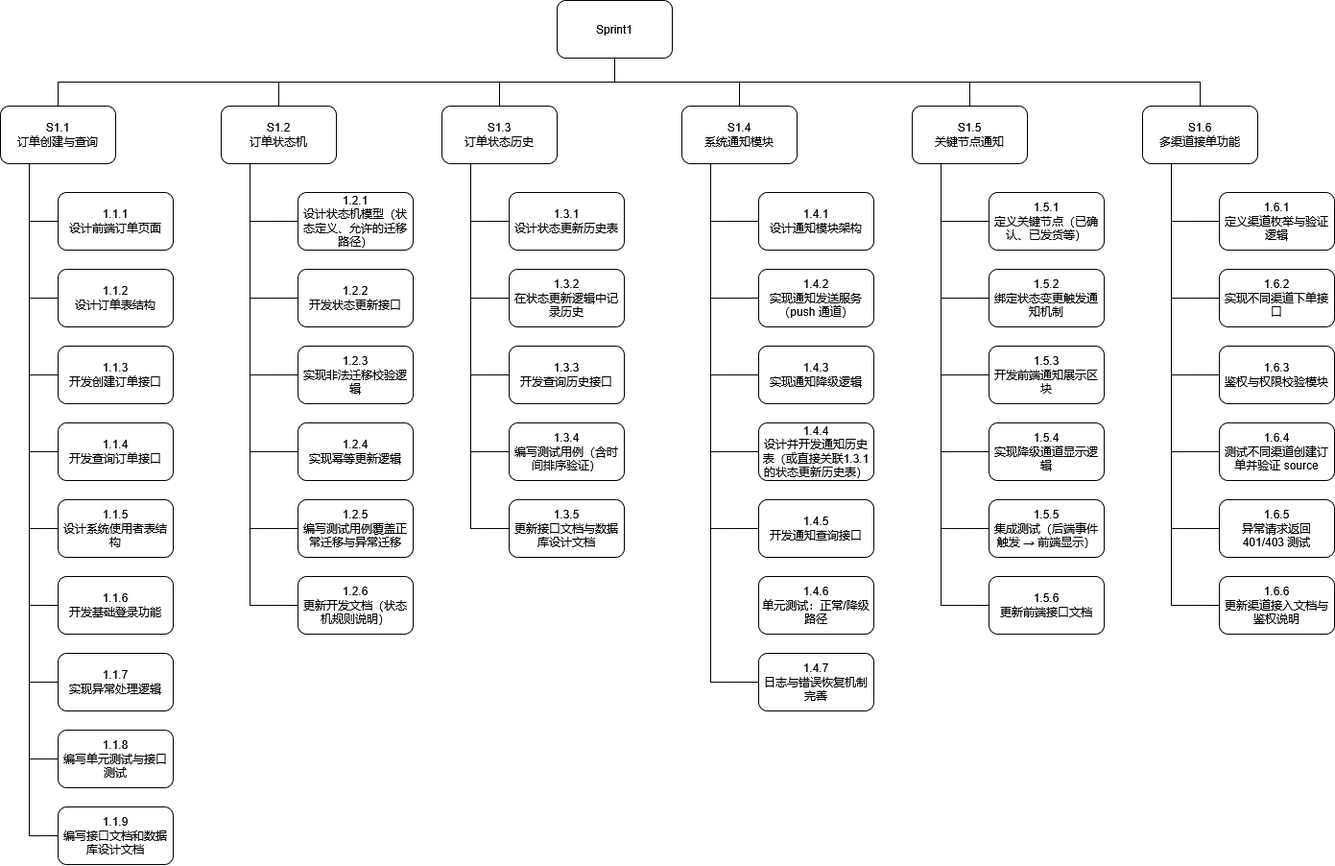
This is 项目管理WBS.png from QMCCC010/git.demo, a draw.io export, as it was before one commit. Source tidied: cells renumbered, new cells last; positions are measured from the earlier drawing's top-left corner, leaving out a move shared by most shapes.
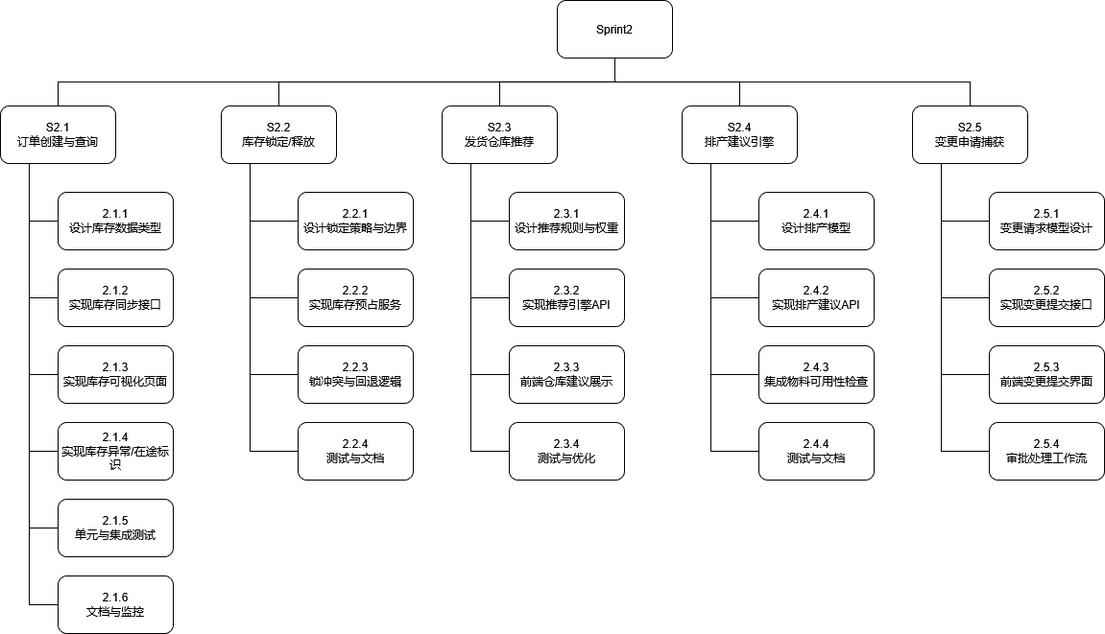
Later version of the same file.

Diff of the diagram source:
```diff
@@ -7,5 +7,2 @@
     </mxCell>
-    <mxCell id="3" style="edgeStyle=orthogonalEdgeStyle;rounded=0;jettySize=auto;html=1;exitX=0.5;exitY=1;exitDx=0;exitDy=0;entryX=0.5;entryY=0;entryDx=0;entryDy=0;endArrow=none;endFill=0;" parent="1" edge="1" source="8" target="53">
-      <mxGeometry relative="1" as="geometry" />
-    </mxCell>
     <mxCell id="4" style="edgeStyle=orthogonalEdgeStyle;rounded=0;jettySize=auto;html=1;exitX=0.5;exitY=1;exitDx=0;exitDy=0;endArrow=none;endFill=0;" parent="1" edge="1" source="8" target="32">
@@ -22,3 +19,3 @@
     </mxCell>
-    <mxCell id="8" value="Sprint1" style="rounded=1;whiteSpace=wrap;html=1;" parent="1" vertex="1">
+    <mxCell id="8" value="Sprint2" style="rounded=1;whiteSpace=wrap;html=1;" parent="1" vertex="1">
       <mxGeometry x="580" width="120" height="60" as="geometry" />
@@ -48,12 +45,3 @@
     </mxCell>
-    <mxCell id="16" style="edgeStyle=orthogonalEdgeStyle;rounded=0;jettySize=auto;html=1;exitX=0.25;exitY=1;exitDx=0;exitDy=0;entryX=0;entryY=0.5;entryDx=0;entryDy=0;endArrow=none;endFill=0;" parent="1" edge="1" source="19" target="60">
-      <mxGeometry relative="1" as="geometry" />
-    </mxCell>
-    <mxCell id="17" style="edgeStyle=orthogonalEdgeStyle;rounded=0;jettySize=auto;html=1;exitX=0.25;exitY=1;exitDx=0;exitDy=0;entryX=0;entryY=0.5;entryDx=0;entryDy=0;endArrow=none;endFill=0;" parent="1" edge="1" source="19" target="62">
-      <mxGeometry relative="1" as="geometry" />
-    </mxCell>
-    <mxCell id="18" style="edgeStyle=orthogonalEdgeStyle;rounded=0;jettySize=auto;html=1;exitX=0.25;exitY=1;exitDx=0;exitDy=0;entryX=0;entryY=0.5;entryDx=0;entryDy=0;endArrow=none;endFill=0;" parent="1" edge="1" source="19" target="61">
-      <mxGeometry relative="1" as="geometry" />
-    </mxCell>
-    <mxCell id="19" value="&lt;div&gt;S1.1&lt;/div&gt;&lt;div&gt;订单创建与查询&lt;/div&gt;" style="rounded=1;whiteSpace=wrap;html=1;" parent="1" vertex="1">
+    <mxCell id="19" value="&lt;div&gt;S2.1&lt;/div&gt;&lt;div&gt;订单创建与查询&lt;/div&gt;" style="rounded=1;whiteSpace=wrap;html=1;" parent="1" vertex="1">
       <mxGeometry y="110" width="120" height="60" as="geometry" />
@@ -72,9 +60,3 @@
     </mxCell>
-    <mxCell id="24" style="edgeStyle=orthogonalEdgeStyle;rounded=0;jettySize=auto;html=1;exitX=0.25;exitY=1;exitDx=0;exitDy=0;entryX=0;entryY=0.5;entryDx=0;entryDy=0;endArrow=none;endFill=0;" parent="1" edge="1" source="26" target="67">
-      <mxGeometry relative="1" as="geometry" />
-    </mxCell>
-    <mxCell id="25" style="edgeStyle=orthogonalEdgeStyle;rounded=0;jettySize=auto;html=1;exitX=0.25;exitY=1;exitDx=0;exitDy=0;entryX=0;entryY=0.5;entryDx=0;entryDy=0;endArrow=none;endFill=0;" parent="1" edge="1" source="26" target="68">
-      <mxGeometry relative="1" as="geometry" />
-    </mxCell>
-    <mxCell id="26" value="&lt;div&gt;S1.2&lt;/div&gt;&lt;div&gt;订单状态机&lt;/div&gt;" style="rounded=1;whiteSpace=wrap;html=1;" parent="1" vertex="1">
+    <mxCell id="26" value="&lt;div&gt;S2.2&lt;/div&gt;&lt;div&gt;库存锁定/释放&lt;/div&gt;" style="rounded=1;whiteSpace=wrap;html=1;" parent="1" vertex="1">
       <mxGeometry x="230" y="110" width="120" height="60" as="geometry" />
@@ -93,6 +75,3 @@
     </mxCell>
-    <mxCell id="31" style="edgeStyle=orthogonalEdgeStyle;rounded=0;jettySize=auto;html=1;exitX=0.25;exitY=1;exitDx=0;exitDy=0;entryX=0;entryY=0.5;entryDx=0;entryDy=0;endArrow=none;endFill=0;" parent="1" edge="1" source="32" target="73">
-      <mxGeometry relative="1" as="geometry" />
-    </mxCell>
-    <mxCell id="32" value="&lt;div&gt;S1.3&lt;/div&gt;&lt;div&gt;订单状态历史&lt;/div&gt;" style="rounded=1;whiteSpace=wrap;html=1;" parent="1" vertex="1">
+    <mxCell id="32" value="&lt;div&gt;S2.3&lt;/div&gt;&lt;div&gt;发货仓库推荐&lt;/div&gt;" style="rounded=1;whiteSpace=wrap;html=1;" parent="1" vertex="1">
       <mxGeometry x="460" y="110" width="120" height="60" as="geometry" />
@@ -111,9 +90,3 @@
     </mxCell>
-    <mxCell id="37" style="edgeStyle=orthogonalEdgeStyle;rounded=0;jettySize=auto;html=1;exitX=0.25;exitY=1;exitDx=0;exitDy=0;entryX=0;entryY=0.5;entryDx=0;entryDy=0;endArrow=none;endFill=0;" parent="1" edge="1" source="39" target="78">
-      <mxGeometry relative="1" as="geometry" />
-    </mxCell>
-    <mxCell id="38" style="edgeStyle=orthogonalEdgeStyle;rounded=0;jettySize=auto;html=1;exitX=0.25;exitY=1;exitDx=0;exitDy=0;entryX=0;entryY=0.5;entryDx=0;entryDy=0;endArrow=none;endFill=0;" parent="1" edge="1" source="39" target="80">
-      <mxGeometry relative="1" as="geometry" />
-    </mxCell>
-    <mxCell id="39" value="&lt;div&gt;S1.4&lt;/div&gt;&lt;div&gt;系统通知模块&lt;/div&gt;" style="rounded=1;whiteSpace=wrap;html=1;" parent="1" vertex="1">
+    <mxCell id="39" value="&lt;div&gt;S2.4&lt;/div&gt;&lt;div&gt;排产建议引擎&lt;/div&gt;" style="rounded=1;whiteSpace=wrap;html=1;" parent="1" vertex="1">
       <mxGeometry x="710" y="110" width="120" height="60" as="geometry" />
@@ -132,149 +105,71 @@
     </mxCell>
-    <mxCell id="44" style="edgeStyle=orthogonalEdgeStyle;rounded=0;jettySize=auto;html=1;exitX=0.25;exitY=1;exitDx=0;exitDy=0;entryX=0;entryY=0.5;entryDx=0;entryDy=0;endArrow=none;endFill=0;" parent="1" edge="1" source="46" target="85">
-      <mxGeometry relative="1" as="geometry" />
-    </mxCell>
-    <mxCell id="45" style="edgeStyle=orthogonalEdgeStyle;rounded=0;jettySize=auto;html=1;exitX=0.25;exitY=1;exitDx=0;exitDy=0;entryX=0;entryY=0.5;entryDx=0;entryDy=0;endArrow=none;endFill=0;" parent="1" edge="1" source="46" target="86">
-      <mxGeometry relative="1" as="geometry" />
-    </mxCell>
-    <mxCell id="46" value="&lt;div&gt;S1.5&lt;/div&gt;&lt;div&gt;关键节点通知&lt;/div&gt;" style="rounded=1;whiteSpace=wrap;html=1;" parent="1" vertex="1">
+    <mxCell id="46" value="&lt;div&gt;S2.5&lt;/div&gt;&lt;div&gt;变更申请捕获&lt;/div&gt;" style="rounded=1;whiteSpace=wrap;html=1;" parent="1" vertex="1">
       <mxGeometry x="950" y="110" width="120" height="60" as="geometry" />
     </mxCell>
-    <mxCell id="47" style="edgeStyle=orthogonalEdgeStyle;rounded=0;jettySize=auto;html=1;exitX=0.25;exitY=1;exitDx=0;exitDy=0;entryX=0;entryY=0.5;entryDx=0;entryDy=0;endArrow=none;endFill=0;" parent="1" edge="1" source="53" target="87">
-      <mxGeometry relative="1" as="geometry" />
-    </mxCell>
-    <mxCell id="48" style="edgeStyle=orthogonalEdgeStyle;rounded=0;jettySize=auto;html=1;exitX=0.25;exitY=1;exitDx=0;exitDy=0;entryX=0;entryY=0.5;entryDx=0;entryDy=0;endArrow=none;endFill=0;" parent="1" edge="1" source="53" target="88">
-      <mxGeometry relative="1" as="geometry" />
-    </mxCell>
-    <mxCell id="49" style="edgeStyle=orthogonalEdgeStyle;rounded=0;jettySize=auto;html=1;exitX=0.25;exitY=1;exitDx=0;exitDy=0;entryX=0;entryY=0.5;entryDx=0;entryDy=0;endArrow=none;endFill=0;" parent="1" edge="1" source="53" target="89">
-      <mxGeometry relative="1" as="geometry" />
-    </mxCell>
-    <mxCell id="50" style="edgeStyle=orthogonalEdgeStyle;rounded=0;jettySize=auto;html=1;exitX=0.25;exitY=1;exitDx=0;exitDy=0;entryX=0;entryY=0.5;entryDx=0;entryDy=0;endArrow=none;endFill=0;" parent="1" edge="1" source="53" target="90">
-      <mxGeometry relative="1" as="geometry" />
-    </mxCell>
-    <mxCell id="51" style="edgeStyle=orthogonalEdgeStyle;rounded=0;jettySize=auto;html=1;exitX=0.25;exitY=1;exitDx=0;exitDy=0;entryX=0;entryY=0.5;entryDx=0;entryDy=0;endArrow=none;endFill=0;" parent="1" edge="1" source="53" target="91">
-      <mxGeometry relative="1" as="geometry" />
-    </mxCell>
-    <mxCell id="52" style="edgeStyle=orthogonalEdgeStyle;rounded=0;jettySize=auto;html=1;exitX=0.25;exitY=1;exitDx=0;exitDy=0;entryX=0;entryY=0.5;entryDx=0;entryDy=0;endArrow=none;endFill=0;" parent="1" edge="1" source="53" target="92">
-      <mxGeometry relative="1" as="geometry" />
-    </mxCell>
-    <mxCell id="53" value="&lt;div&gt;S1.6&lt;/div&gt;&lt;div&gt;多渠道接单功能&lt;/div&gt;" style="rounded=1;whiteSpace=wrap;html=1;" parent="1" vertex="1">
-      <mxGeometry x="1190" y="110" width="120" height="60" as="geometry" />
-    </mxCell>
-    <mxCell id="54" value="&lt;div&gt;1.1.1&lt;/div&gt;&lt;div&gt;设计前端订单页面&lt;/div&gt;" style="rounded=1;whiteSpace=wrap;html=1;" parent="1" vertex="1">
+    <mxCell id="54" value="&lt;div&gt;2.1.1&lt;/div&gt;&lt;div&gt;设计库存数据类型&lt;/div&gt;" style="rounded=1;whiteSpace=wrap;html=1;" parent="1" vertex="1">
       <mxGeometry x="60" y="200" width="120" height="60" as="geometry" />
     </mxCell>
-    <mxCell id="55" value="&lt;div&gt;1.1.2&lt;/div&gt;&lt;div&gt;设计订单表结构&lt;/div&gt;" style="rounded=1;whiteSpace=wrap;html=1;" parent="1" vertex="1">
+    <mxCell id="55" value="&lt;div&gt;2.1.2&lt;/div&gt;&lt;div&gt;实现库存同步接口&lt;/div&gt;" style="rounded=1;whiteSpace=wrap;html=1;" parent="1" vertex="1">
       <mxGeometry x="60" y="280" width="120" height="60" as="geometry" />
     </mxCell>
-    <mxCell id="56" value="&lt;div&gt;1.1.3&lt;/div&gt;&lt;div&gt;开发创建订单接口&lt;/div&gt;" style="rounded=1;whiteSpace=wrap;html=1;" parent="1" vertex="1">
+    <mxCell id="56" value="&lt;div&gt;2.1.3&lt;/div&gt;&lt;div&gt;实现库存可视化页面&lt;/div&gt;" style="rounded=1;whiteSpace=wrap;html=1;" parent="1" vertex="1">
       <mxGeometry x="60" y="360" width="120" height="60" as="geometry" />
     </mxCell>
-    <mxCell id="57" value="&lt;div&gt;1.1.4&lt;/div&gt;&lt;div&gt;开发查询订单接口&lt;/div&gt;" style="rounded=1;whiteSpace=wrap;html=1;" parent="1" vertex="1">
+    <mxCell id="57" value="&lt;div&gt;2.1.4&lt;/div&gt;&lt;div&gt;实现库存异常/在途标识&lt;/div&gt;" style="rounded=1;whiteSpace=wrap;html=1;" parent="1" vertex="1">
       <mxGeometry x="60" y="440" width="120" height="60" as="geometry" />
     </mxCell>
-    <mxCell id="58" value="&lt;div&gt;1.1.5&lt;/div&gt;&lt;div&gt;设计系统使用者表结构&lt;/div&gt;" style="rounded=1;whiteSpace=wrap;html=1;" parent="1" vertex="1">
+    <mxCell id="58" value="&lt;div&gt;2.1.5&lt;/div&gt;单元与集成测试" style="rounded=1;whiteSpace=wrap;html=1;" parent="1" vertex="1">
       <mxGeometry x="60" y="520" width="120" height="60" as="geometry" />
     </mxCell>
-    <mxCell id="59" value="&lt;div&gt;1.1.6&lt;/div&gt;&lt;div&gt;开发基础登录功能&lt;/div&gt;" style="rounded=1;whiteSpace=wrap;html=1;" parent="1" vertex="1">
+    <mxCell id="59" value="&lt;div&gt;2.1.6&lt;/div&gt;&lt;div&gt;文档与监控&lt;/div&gt;" style="rounded=1;whiteSpace=wrap;html=1;" parent="1" vertex="1">
       <mxGeometry x="60" y="600" width="120" height="60" as="geometry" />
     </mxCell>
-    <mxCell id="60" value="&lt;div&gt;1.1.7&lt;/div&gt;&lt;div&gt;实现异常处理逻辑&lt;/div&gt;" style="rounded=1;whiteSpace=wrap;html=1;" parent="1" vertex="1">
-      <mxGeometry x="60" y="680" width="120" height="60" as="geometry" />
-    </mxCell>
-    <mxCell id="61" value="&lt;div&gt;1.1.9&lt;/div&gt;&lt;div&gt;编写接口文档和数据库设计文档&lt;/div&gt;" style="rounded=1;whiteSpace=wrap;html=1;" parent="1" vertex="1">
-      <mxGeometry x="60" y="840" width="120" height="60" as="geometry" />
-    </mxCell>
-    <mxCell id="62" value="&lt;div&gt;1.1.8&lt;/div&gt;&lt;div&gt;编写单元测试与接口测试&lt;/div&gt;" style="rounded=1;whiteSpace=wrap;html=1;" parent="1" vertex="1">
-      <mxGeometry x="60" y="760" width="120" height="60" as="geometry" />
-    </mxCell>
-    <mxCell id="63" value="&lt;div&gt;1.2.1&lt;/div&gt;&lt;div&gt;设计状态机模型（状态定义、允许的迁移路径）&lt;/div&gt;" style="rounded=1;whiteSpace=wrap;html=1;" parent="1" vertex="1">
+    <mxCell id="63" value="&lt;div&gt;2.2.1&lt;/div&gt;&lt;div&gt;设计锁定策略与边界&lt;/div&gt;" style="rounded=1;whiteSpace=wrap;html=1;" parent="1" vertex="1">
       <mxGeometry x="310" y="200" width="120" height="60" as="geometry" />
     </mxCell>
-    <mxCell id="64" value="&lt;div&gt;1.2.2&lt;/div&gt;&lt;div&gt;开发状态更新接口&lt;/div&gt;" style="rounded=1;whiteSpace=wrap;html=1;" parent="1" vertex="1">
+    <mxCell id="64" value="&lt;div&gt;2.2.2&lt;/div&gt;&lt;div&gt;实现库存预占服务&lt;/div&gt;" style="rounded=1;whiteSpace=wrap;html=1;" parent="1" vertex="1">
       <mxGeometry x="310" y="280" width="120" height="60" as="geometry" />
     </mxCell>
-    <mxCell id="65" value="&lt;div&gt;1.2.3&lt;/div&gt;&lt;div&gt;实现非法迁移校验逻辑&lt;/div&gt;" style="rounded=1;whiteSpace=wrap;html=1;" parent="1" vertex="1">
+    <mxCell id="65" value="&lt;div&gt;2.2.3&lt;/div&gt;&lt;div&gt;锁冲突与回退逻辑&lt;/div&gt;" style="rounded=1;whiteSpace=wrap;html=1;" parent="1" vertex="1">
       <mxGeometry x="310" y="360" width="120" height="60" as="geometry" />
     </mxCell>
-    <mxCell id="66" value="&lt;div&gt;1.2.4&lt;/div&gt;&lt;div&gt;实现幂等更新逻辑&lt;/div&gt;" style="rounded=1;whiteSpace=wrap;html=1;" parent="1" vertex="1">
+    <mxCell id="66" value="&lt;div&gt;2.2.4&lt;/div&gt;&lt;div&gt;测试与文档&lt;/div&gt;" style="rounded=1;whiteSpace=wrap;html=1;" parent="1" vertex="1">
       <mxGeometry x="310" y="440" width="120" height="60" as="geometry" />
     </mxCell>
-    <mxCell id="67" value="&lt;div&gt;1.2.5&lt;/div&gt;&lt;div&gt;编写测试用例覆盖正常迁移与异常迁移&lt;/div&gt;" style="rounded=1;whiteSpace=wrap;html=1;" parent="1" vertex="1">
-      <mxGeometry x="310" y="520" width="120" height="60" as="geometry" />
-    </mxCell>
-    <mxCell id="68" value="&lt;div&gt;1.2.6&lt;/div&gt;&lt;div&gt;更新开发文档（状态机规则说明）&lt;/div&gt;" style="rounded=1;whiteSpace=wrap;html=1;" parent="1" vertex="1">
-      <mxGeometry x="310" y="600" width="120" height="60" as="geometry" />
-    </mxCell>
-    <mxCell id="69" value="&lt;div&gt;1.3.1&lt;/div&gt;&lt;div&gt;设计状态更新历史表&lt;/div&gt;" style="rounded=1;whiteSpace=wrap;html=1;" parent="1" vertex="1">
+    <mxCell id="69" value="&lt;div&gt;2.3.1&lt;/div&gt;&lt;div&gt;设计推荐规则与权重&lt;/div&gt;" style="rounded=1;whiteSpace=wrap;html=1;" parent="1" vertex="1">
       <mxGeometry x="530" y="200" width="120" height="60" as="geometry" />
     </mxCell>
-    <mxCell id="70" value="&lt;div&gt;1.3.2&lt;/div&gt;&lt;div&gt;在状态更新逻辑中记录历史&lt;/div&gt;" style="rounded=1;whiteSpace=wrap;html=1;" parent="1" vertex="1">
+    <mxCell id="70" value="&lt;div&gt;2.3.2&lt;/div&gt;&lt;div&gt;实现推荐引擎API&lt;/div&gt;" style="rounded=1;whiteSpace=wrap;html=1;" parent="1" vertex="1">
       <mxGeometry x="530" y="280" width="120" height="60" as="geometry" />
     </mxCell>
-    <mxCell id="71" value="&lt;div&gt;1.3.3&lt;/div&gt;&lt;div&gt;开发查询历史接口&lt;/div&gt;" style="rounded=1;whiteSpace=wrap;html=1;" parent="1" vertex="1">
+    <mxCell id="71" value="&lt;div&gt;2.3.3&lt;/div&gt;&lt;div&gt;前端仓库建议展示&lt;/div&gt;" style="rounded=1;whiteSpace=wrap;html=1;" parent="1" vertex="1">
       <mxGeometry x="530" y="360" width="120" height="60" as="geometry" />
     </mxCell>
-    <mxCell id="72" value="&lt;div&gt;1.3.4&lt;/div&gt;&lt;div&gt;编写测试用例（含时间排序验证）&lt;/div&gt;" style="rounded=1;whiteSpace=wrap;html=1;" parent="1" vertex="1">
+    <mxCell id="72" value="&lt;div&gt;2.3.4&lt;/div&gt;&lt;div&gt;测试与优化&lt;/div&gt;" style="rounded=1;whiteSpace=wrap;html=1;" parent="1" vertex="1">
       <mxGeometry x="530" y="440" width="120" height="60" as="geometry" />
     </mxCell>
-    <mxCell id="73" value="&lt;div&gt;1.3.5&lt;/div&gt;&lt;div&gt;更新接口文档与数据库设计文档&lt;/div&gt;" style="rounded=1;whiteSpace=wrap;html=1;" parent="1" vertex="1">
-      <mxGeometry x="530" y="520" width="120" height="60" as="geometry" />
-    </mxCell>
-    <mxCell id="74" value="&lt;div&gt;1.4.1&lt;/div&gt;&lt;div&gt;设计通知模块架构&lt;/div&gt;" style="rounded=1;whiteSpace=wrap;html=1;" parent="1" vertex="1">
+    <mxCell id="74" value="&lt;div&gt;2.4.1&lt;/div&gt;&lt;div&gt;设计排产模型&lt;/div&gt;" style="rounded=1;whiteSpace=wrap;html=1;" parent="1" vertex="1">
       <mxGeometry x="790" y="200" width="120" height="60" as="geometry" />
     </mxCell>
-    <mxCell id="75" value="&lt;div&gt;1.4.2&lt;/div&gt;&lt;div&gt;实现通知发送服务（push 通道）&lt;/div&gt;" style="rounded=1;whiteSpace=wrap;html=1;" parent="1" vertex="1">
+    <mxCell id="75" value="&lt;div&gt;2.4.2&lt;/div&gt;&lt;div&gt;实现排产建议API&lt;/div&gt;" style="rounded=1;whiteSpace=wrap;html=1;" parent="1" vertex="1">
       <mxGeometry x="790" y="280" width="120" height="60" as="geometry" />
     </mxCell>
-    <mxCell id="76" value="&lt;div&gt;1.4.3&lt;/div&gt;&lt;div&gt;实现通知降级逻辑&lt;/div&gt;" style="rounded=1;whiteSpace=wrap;html=1;" parent="1" vertex="1">
+    <mxCell id="76" value="&lt;div&gt;2.4.3&lt;/div&gt;&lt;div&gt;集成物料可用性检查&lt;/div&gt;" style="rounded=1;whiteSpace=wrap;html=1;" parent="1" vertex="1">
       <mxGeometry x="790" y="360" width="120" height="60" as="geometry" />
     </mxCell>
-    <mxCell id="77" value="&lt;div&gt;1.4.4&lt;/div&gt;&lt;div&gt;设计并开发通知历史表（或直接关联1.3.1的状态更新历史表）&lt;/div&gt;" style="rounded=1;whiteSpace=wrap;html=1;" parent="1" vertex="1">
+    <mxCell id="77" value="&lt;div&gt;2.4.4&lt;/div&gt;&lt;div&gt;测试与文档&lt;/div&gt;" style="rounded=1;whiteSpace=wrap;html=1;" parent="1" vertex="1">
       <mxGeometry x="790" y="440" width="120" height="60" as="geometry" />
     </mxCell>
-    <mxCell id="78" value="&lt;div&gt;1.4.5&lt;/div&gt;&lt;div&gt;开发通知查询接口&lt;/div&gt;" style="rounded=1;whiteSpace=wrap;html=1;" parent="1" vertex="1">
-      <mxGeometry x="790" y="520" width="120" height="60" as="geometry" />
-    </mxCell>
-    <mxCell id="79" value="&lt;div&gt;1.4.6&lt;/div&gt;&lt;div&gt;单元测试：正常/降级路径&lt;/div&gt;" style="rounded=1;whiteSpace=wrap;html=1;" parent="1" vertex="1">
-      <mxGeometry x="790" y="600" width="120" height="60" as="geometry" />
-    </mxCell>
-    <mxCell id="80" value="&lt;div&gt;1.4.7&lt;/div&gt;&lt;div&gt; 日志与错误恢复机制完善&lt;/div&gt;" style="rounded=1;whiteSpace=wrap;html=1;" parent="1" vertex="1">
-      <mxGeometry x="790" y="680" width="120" height="60" as="geometry" />
-    </mxCell>
-    <mxCell id="81" value="&lt;div&gt;1.5.1&lt;/div&gt;&lt;div&gt;定义关键节点（已确认、已发货等）&lt;/div&gt;" style="rounded=1;whiteSpace=wrap;html=1;" parent="1" vertex="1">
+    <mxCell id="81" value="&lt;div&gt;2.5.1&lt;/div&gt;&lt;div&gt;变更请求模型设计&lt;/div&gt;" style="rounded=1;whiteSpace=wrap;html=1;" parent="1" vertex="1">
       <mxGeometry x="1030" y="200" width="120" height="60" as="geometry" />
     </mxCell>
-    <mxCell id="82" value="&lt;div&gt;1.5.2&lt;/div&gt;&lt;div&gt;绑定状态变更触发通知机制&lt;/div&gt;" style="rounded=1;whiteSpace=wrap;html=1;" parent="1" vertex="1">
+    <mxCell id="82" value="&lt;div&gt;2.5.2&lt;/div&gt;&lt;div&gt;实现变更提交接口&lt;/div&gt;" style="rounded=1;whiteSpace=wrap;html=1;" parent="1" vertex="1">
       <mxGeometry x="1030" y="280" width="120" height="60" as="geometry" />
     </mxCell>
-    <mxCell id="83" value="&lt;div&gt;1.5.3&lt;/div&gt;&lt;div&gt;开发前端通知展示区块&lt;/div&gt;" style="rounded=1;whiteSpace=wrap;html=1;" parent="1" vertex="1">
+    <mxCell id="83" value="&lt;div&gt;2.5.3&lt;/div&gt;&lt;div&gt;前端变更提交界面&lt;/div&gt;" style="rounded=1;whiteSpace=wrap;html=1;" parent="1" vertex="1">
       <mxGeometry x="1030" y="360" width="120" height="60" as="geometry" />
     </mxCell>
-    <mxCell id="84" value="&lt;div&gt;1.5.4&lt;/div&gt;&lt;div&gt;实现降级通道显示逻辑&lt;/div&gt;" style="rounded=1;whiteSpace=wrap;html=1;" parent="1" vertex="1">
+    <mxCell id="84" value="&lt;div&gt;2.5.4&lt;/div&gt;&lt;div&gt;审批处理工作流&lt;/div&gt;" style="rounded=1;whiteSpace=wrap;html=1;" parent="1" vertex="1">
       <mxGeometry x="1030" y="440" width="120" height="60" as="geometry" />
     </mxCell>
-    <mxCell id="85" value="&lt;div&gt;1.5.5&lt;/div&gt;&lt;div&gt;集成测试（后端事件触发 → 前端显示）&lt;/div&gt;" style="rounded=1;whiteSpace=wrap;html=1;" parent="1" vertex="1">
-      <mxGeometry x="1030" y="520" width="120" height="60" as="geometry" />
-    </mxCell>
-    <mxCell id="86" value="&lt;div&gt;1.5.6&lt;/div&gt;&lt;div&gt;更新前端接口文档&lt;/div&gt;" style="rounded=1;whiteSpace=wrap;html=1;" parent="1" vertex="1">
-      <mxGeometry x="1030" y="600" width="120" height="60" as="geometry" />
-    </mxCell>
-    <mxCell id="87" value="&lt;div&gt;1.6.1&lt;/div&gt;&lt;div&gt;定义渠道枚举与验证逻辑&lt;/div&gt;" style="rounded=1;whiteSpace=wrap;html=1;" parent="1" vertex="1">
-      <mxGeometry x="1270" y="200" width="120" height="60" as="geometry" />
-    </mxCell>
-    <mxCell id="88" value="&lt;div&gt;1.6.2&lt;/div&gt;&lt;div&gt;实现不同渠道下单接口&lt;/div&gt;" style="rounded=1;whiteSpace=wrap;html=1;" parent="1" vertex="1">
-      <mxGeometry x="1270" y="280" width="120" height="60" as="geometry" />
-    </mxCell>
-    <mxCell id="89" value="&lt;div&gt;1.6.3&lt;/div&gt;&lt;div&gt;鉴权与权限校验模块&lt;/div&gt;" style="rounded=1;whiteSpace=wrap;html=1;" parent="1" vertex="1">
-      <mxGeometry x="1270" y="360" width="120" height="60" as="geometry" />
-    </mxCell>
-    <mxCell id="90" value="&lt;div&gt;1.6.4&lt;/div&gt;&lt;div&gt;测试不同渠道创建订单并验证 source&lt;/div&gt;" style="rounded=1;whiteSpace=wrap;html=1;" parent="1" vertex="1">
-      <mxGeometry x="1270" y="440" width="120" height="60" as="geometry" />
-    </mxCell>
-    <mxCell id="91" value="&lt;div&gt;1.6.5&lt;/div&gt;&lt;div&gt;异常请求返回 401/403 测试&lt;/div&gt;" style="rounded=1;whiteSpace=wrap;html=1;" parent="1" vertex="1">
-      <mxGeometry x="1270" y="520" width="120" height="60" as="geometry" />
-    </mxCell>
-    <mxCell id="92" value="&lt;div&gt;1.6.6&lt;/div&gt;&lt;div&gt;更新渠道接入文档与鉴权说明&lt;/div&gt;" style="rounded=1;whiteSpace=wrap;html=1;" parent="1" vertex="1">
-      <mxGeometry x="1270" y="600" width="120" height="60" as="geometry" />
-    </mxCell>
   </root>
```
